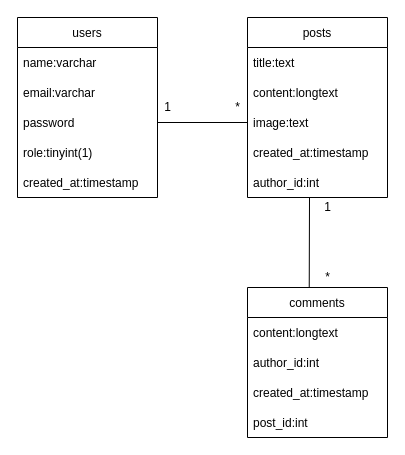
The draw.io diagram Untitled Diagram.drawio in KyawKyawLin19/My_Blog19, before the edit. Source tidied: cells renumbered, new cells numbered last; positions are measured from the earlier drawing's top-left corner, leaving out a move shared by most shapes. Both pictures are drawn from the tidied source at 100%, with x=0, y=0 at pixel (17, 17).
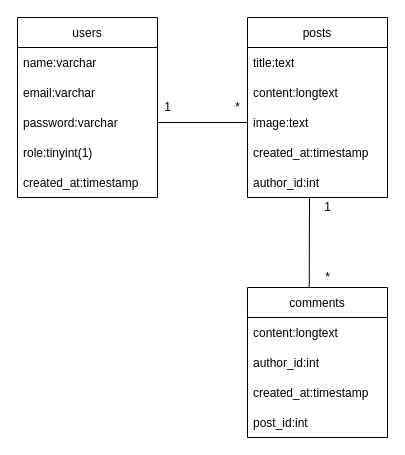
The same page after the edit.

Unchanged cells that the change refers to:
```xml
<mxCell id="2" value="users" style="swimlane;fontStyle=0;horizontal=1;startSize=30;" parent="1" vertex="1">
  <mxGeometry width="140" height="180" as="geometry" />
</mxCell>
```

Diff of the diagram source:
```diff
@@
-    <mxCell id="5" value="password" style="text;strokeColor=none;fillColor=none;align=left;verticalAlign=middle;spacingLeft=4;spacingRight=4;overflow=hidden;points=[[0,0.5],[1,0.5]];portConstraint=eastwest;" parent="2" vertex="1">
+    <mxCell id="5" value="password:varchar" style="text;strokeColor=none;fillColor=none;align=left;verticalAlign=middle;spacingLeft=4;spacingRight=4;overflow=hidden;points=[[0,0.5],[1,0.5]];portConstraint=eastwest;" parent="2" vertex="1">
       <mxGeometry y="90" width="140" height="30" as="geometry" />
     </mxCell>
```
